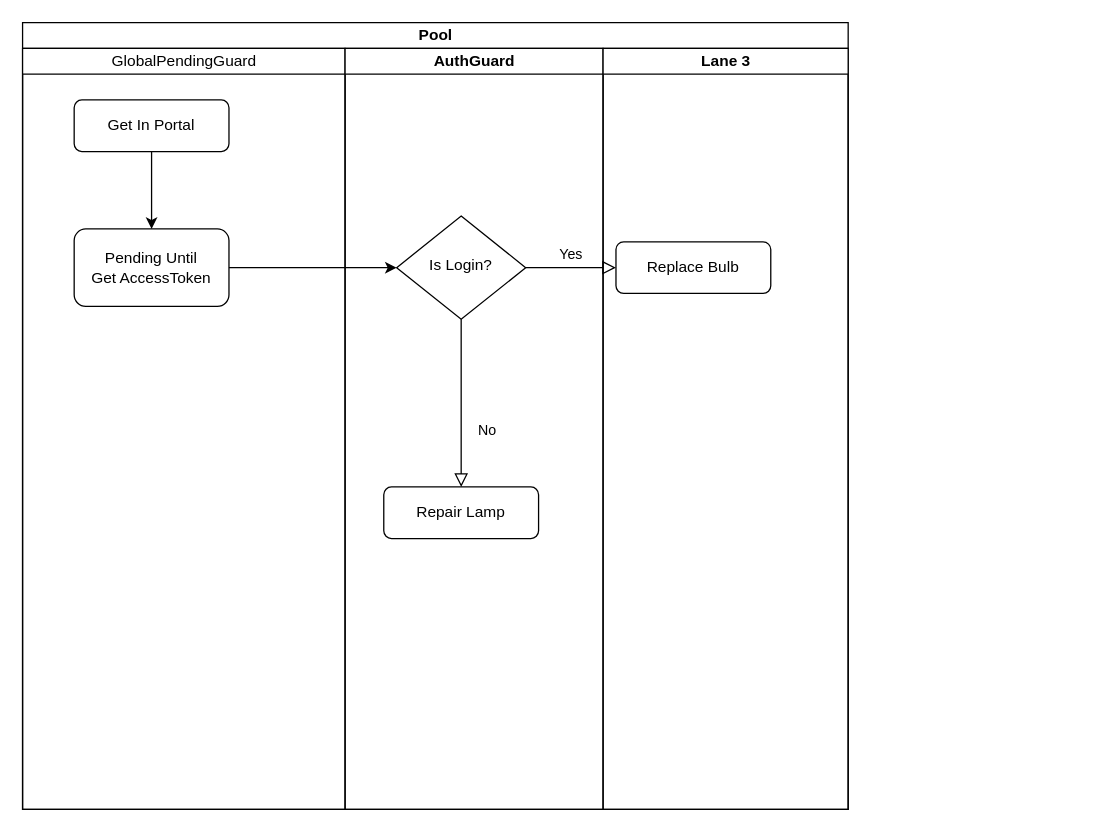
Earlier version of the draw.io diagram Untitled Diagram.drawio (SmileSB1O1/draw-active). Source tidied: cells renumbered, new cells numbered last; positions are measured from the earlier drawing's top-left corner, leaving out a move shared by most shapes. Both pictures are drawn from the tidied source at 129%, with x=0, y=0 at pixel (22, 22).
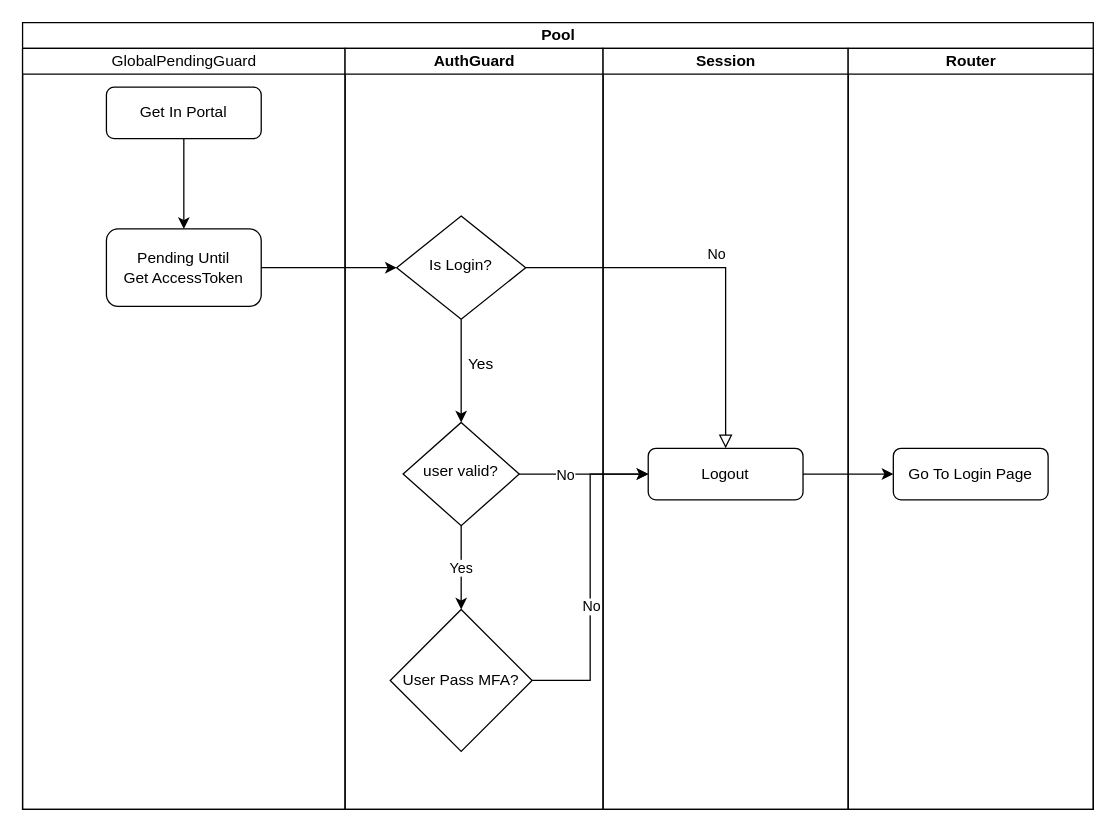
After the change.

The change refers to these unchanged cells:
```xml
<mxCell id="5" value="&lt;span style=&quot;font-weight: 400; text-wrap-mode: wrap;&quot;&gt;GlobalPendingGuard&lt;/span&gt;" style="swimlane;startSize=20;html=1;" parent="4" vertex="1">
  <mxGeometry y="20" width="250" height="590" as="geometry" />
</mxCell>
<mxCell id="7" value="AuthGuard" style="swimlane;startSize=20;html=1;" parent="4" vertex="1">
  <mxGeometry x="250" y="20" width="200" height="590" as="geometry" />
</mxCell>
<mxCell id="8" value="Is Login?" style="rhombus;whiteSpace=wrap;html=1;shadow=0;fontFamily=Helvetica;fontSize=12;align=center;strokeWidth=1;spacing=6;spacingTop=-4;" parent="7" vertex="1">
  <mxGeometry x="40" y="130" width="100" height="80" as="geometry" />
</mxCell>
```

Diff of the diagram source:
```diff
@@
-    <mxCell id="2" style="edgeStyle=orthogonalEdgeStyle;rounded=0;jettySize=auto;html=1;entryX=0.5;entryY=0;entryDx=0;entryDy=0;" parent="1" edge="1" source="3" target="6">
-      <mxGeometry relative="1" as="geometry" />
-    </mxCell>
-    <mxCell id="3" value="Get In Portal" style="rounded=1;whiteSpace=wrap;html=1;fontSize=12;glass=0;strokeWidth=1;shadow=0;" parent="1" vertex="1">
-      <mxGeometry x="40" y="60" width="120" height="40" as="geometry" />
-    </mxCell>
     <mxCell id="4" value="Pool" style="swimlane;startSize=20;html=1;" parent="1" vertex="1">
-      <mxGeometry width="640" height="610" as="geometry" />
+      <mxGeometry width="830" height="610" as="geometry" />
     </mxCell>
@@
     <mxCell id="6" value="Pending Until&lt;div&gt;Get AccessToken&lt;/div&gt;" style="rounded=1;whiteSpace=wrap;html=1;" parent="5" vertex="1">
-      <mxGeometry x="40" y="140" width="120" height="60" as="geometry" />
+      <mxGeometry x="65" y="140" width="120" height="60" as="geometry" />
     </mxCell>
+    <mxCell id="3" value="Get In Portal" style="rounded=1;whiteSpace=wrap;html=1;fontSize=12;glass=0;strokeWidth=1;shadow=0;" parent="5" vertex="1">
+      <mxGeometry x="65" y="30" width="120" height="40" as="geometry" />
+    </mxCell>
+    <mxCell id="2" style="edgeStyle=orthogonalEdgeStyle;rounded=0;jettySize=auto;html=1;entryX=0.5;entryY=0;entryDx=0;entryDy=0;" parent="5" edge="1" source="3" target="6">
+      <mxGeometry relative="1" as="geometry" />
+    </mxCell>
@@
+    <mxCell id="15" style="edgeStyle=orthogonalEdgeStyle;rounded=0;jettySize=auto;html=1;" parent="7" edge="1" source="8" target="17">
+      <mxGeometry relative="1" as="geometry" />
+    </mxCell>
@@
-    <mxCell id="9" value="Repair Lamp" style="rounded=1;whiteSpace=wrap;html=1;fontSize=12;glass=0;strokeWidth=1;shadow=0;" parent="7" vertex="1">
-      <mxGeometry x="30" y="340" width="120" height="40" as="geometry" />
-    </mxCell>
-    <mxCell id="10" value="No" style="rounded=0;html=1;jettySize=auto;fontSize=11;endArrow=block;endFill=0;endSize=8;strokeWidth=1;shadow=0;labelBackgroundColor=none;edgeStyle=orthogonalEdgeStyle;" parent="7" edge="1" source="8" target="9">
-      <mxGeometry x="0.33" y="20" relative="1" as="geometry" />
-    </mxCell>
+    <mxCell id="16" value="Yes" style="edgeStyle=orthogonalEdgeStyle;rounded=0;jettySize=auto;html=1;entryX=0.5;entryY=0;entryDx=0;entryDy=0;" parent="7" edge="1" source="17" target="19">
+      <mxGeometry relative="1" as="geometry" />
+    </mxCell>
+    <mxCell id="17" value="user valid?" style="rhombus;whiteSpace=wrap;html=1;shadow=0;strokeWidth=1;spacing=6;spacingTop=-4;" parent="7" vertex="1">
+      <mxGeometry x="45" y="290" width="90" height="80" as="geometry" />
+    </mxCell>
+    <mxCell id="18" value="Yes" style="text;html=1;align=center;verticalAlign=middle;strokeColor=none;fillColor=none;" parent="7" vertex="1">
+      <mxGeometry x="85" y="230" width="40" height="30" as="geometry" />
+    </mxCell>
+    <mxCell id="19" value="User Pass MFA?" style="rhombus;whiteSpace=wrap;html=1;" parent="7" vertex="1">
+      <mxGeometry x="35" y="435" width="110" height="110" as="geometry" />
+    </mxCell>
-    <mxCell id="11" value="Lane 3" style="swimlane;startSize=20;html=1;" parent="4" vertex="1">
+    <mxCell id="11" value="Session" style="swimlane;startSize=20;html=1;" parent="4" vertex="1">
       <mxGeometry x="450" y="20" width="190" height="590" as="geometry" />
     </mxCell>
-    <mxCell id="12" value="Replace Bulb" style="rounded=1;whiteSpace=wrap;html=1;fontSize=12;glass=0;strokeWidth=1;shadow=0;" parent="11" vertex="1">
-      <mxGeometry x="10" y="150" width="120" height="40" as="geometry" />
+    <mxCell id="12" value="Logout" style="rounded=1;whiteSpace=wrap;html=1;fontSize=12;glass=0;strokeWidth=1;shadow=0;" parent="11" vertex="1">
+      <mxGeometry x="35" y="310" width="120" height="40" as="geometry" />
     </mxCell>
+    <mxCell id="20" value="Router" style="swimlane;startSize=20;html=1;" parent="4" vertex="1">
+      <mxGeometry x="640" y="20" width="190" height="590" as="geometry" />
+    </mxCell>
+    <mxCell id="21" value="Go To Login Page" style="rounded=1;whiteSpace=wrap;html=1;fontSize=12;glass=0;strokeWidth=1;shadow=0;" parent="20" vertex="1">
+      <mxGeometry x="35" y="310" width="120" height="40" as="geometry" />
+    </mxCell>
@@
-    <mxCell id="14" value="Yes" style="edgeStyle=orthogonalEdgeStyle;rounded=0;html=1;jettySize=auto;fontSize=11;endArrow=block;endFill=0;endSize=8;strokeWidth=1;shadow=0;labelBackgroundColor=none;" parent="4" edge="1" source="8" target="12">
+    <mxCell id="14" value="No" style="edgeStyle=orthogonalEdgeStyle;rounded=0;html=1;jettySize=auto;fontSize=11;endArrow=block;endFill=0;endSize=8;strokeWidth=1;shadow=0;labelBackgroundColor=none;" parent="4" edge="1" source="8" target="12">
       <mxGeometry y="10" relative="1" as="geometry" />
     </mxCell>
+    <mxCell id="22" style="edgeStyle=orthogonalEdgeStyle;rounded=0;jettySize=auto;html=1;" parent="4" edge="1" source="17" target="12">
+      <mxGeometry relative="1" as="geometry" />
+    </mxCell>
+    <mxCell id="23" value="No" style="edgeLabel;html=1;align=center;verticalAlign=middle;" parent="22" vertex="1">
+      <mxGeometry x="-0.3" y="1" relative="1" as="geometry">
+        <mxPoint y="1" as="offset" />
+      </mxGeometry>
+    </mxCell>
+    <mxCell id="24" style="edgeStyle=orthogonalEdgeStyle;rounded=0;jettySize=auto;html=1;entryX=0;entryY=0.5;entryDx=0;entryDy=0;" parent="4" edge="1" source="19" target="12">
+      <mxGeometry relative="1" as="geometry" />
+    </mxCell>
+    <mxCell id="25" value="No" style="edgeLabel;html=1;align=center;verticalAlign=middle;" parent="24" vertex="1">
+      <mxGeometry x="-0.17" relative="1" as="geometry">
+        <mxPoint y="1" as="offset" />
+      </mxGeometry>
+    </mxCell>
+    <mxCell id="26" style="edgeStyle=orthogonalEdgeStyle;rounded=0;jettySize=auto;html=1;" parent="4" edge="1" source="12" target="21">
+      <mxGeometry relative="1" as="geometry" />
+    </mxCell>
```
